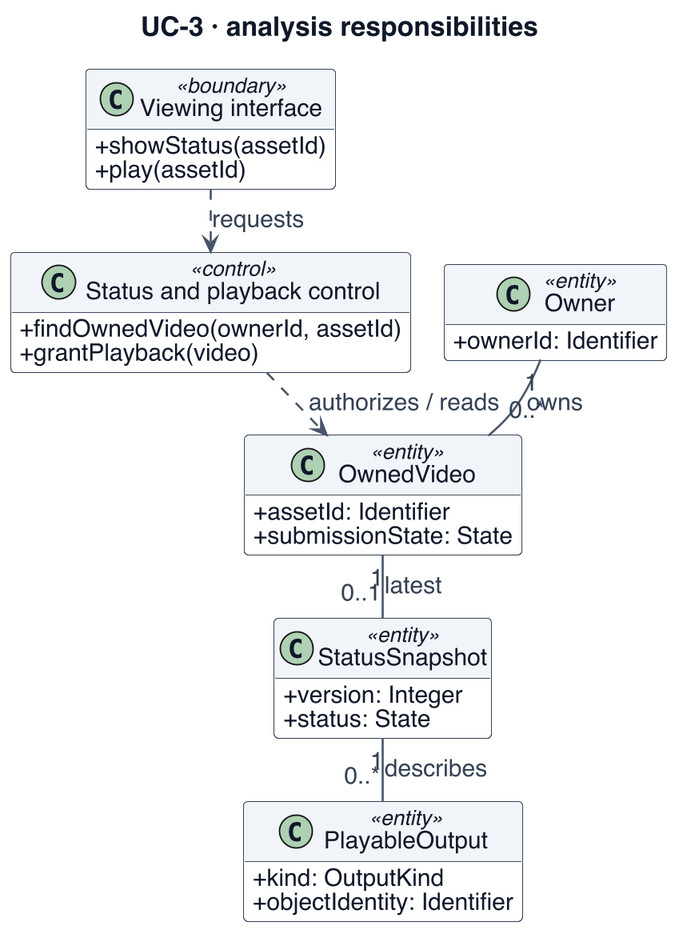
This is project-documentation/final-report/figures/uc3-analysis-class.png from Collaboration95/dc2, a PlantUML export, as it was before one commit. The source it was exported from:
```plantuml
@startuml
!include _style.iuml
skinparam dpi 180
skinparam BackgroundColor white
skinparam defaultFontSize 17
skinparam ArrowFontSize 16
skinparam ClassAttributeFontSize 16
skinparam ClassStereotypeFontSize 14
skinparam NoteFontSize 15
skinparam classAttributeIconSize 0
skinparam nodesep 22
skinparam ranksep 24
title UC-3 · analysis responsibilities
class "Viewing interface" as UI <<boundary>> {
 + showStatus(assetId)
 + play(assetId)
}
class "Status and playback control" as C <<control>> {
 + findOwnedVideo(ownerId, assetId)
 + grantPlayback(video)
}
class Owner <<entity>> {
 + ownerId: Identifier
}
class OwnedVideo <<entity>> {
 + assetId: Identifier
 + submissionState: State
}
class StatusSnapshot <<entity>> {
 + version: Integer
 + status: State
}
class PlayableOutput <<entity>> {
 + kind: OutputKind
 + objectIdentity: Identifier
}
UI ..> C : requests
C ..> OwnedVideo : authorizes / reads
Owner "1" -- "0..*" OwnedVideo : owns
OwnedVideo "1" -- "0..1" StatusSnapshot : latest
StatusSnapshot "1" -- "0..*" PlayableOutput : describes
@enduml
```
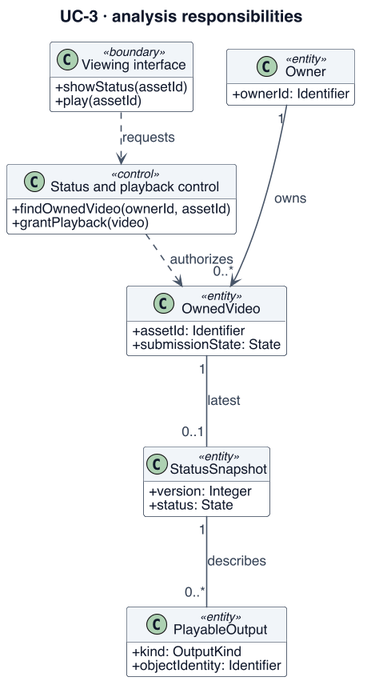
The same diagram one commit later.

The edit, as a diff of the source:
```diff
@@ -1,15 +1,14 @@
 @startuml
 !include _style.iuml
-skinparam dpi 180
 skinparam BackgroundColor white
-skinparam defaultFontSize 17
-skinparam ArrowFontSize 16
-skinparam ClassAttributeFontSize 16
-skinparam ClassStereotypeFontSize 14
-skinparam NoteFontSize 15
+skinparam defaultFontSize 16
+skinparam ArrowFontSize 15
+skinparam ClassAttributeFontSize 15
+skinparam ClassStereotypeFontSize 13
+skinparam NoteFontSize 14
 skinparam classAttributeIconSize 0
-skinparam nodesep 22
-skinparam ranksep 24
+skinparam nodesep 30
+skinparam ranksep 40
 title UC-3 · analysis responsibilities
 class "Viewing interface" as UI <<boundary>> {
  + showStatus(assetId)
@@ -35,8 +34,8 @@
  + objectIdentity: Identifier
 }
 UI ..> C : requests
-C ..> OwnedVideo : authorizes / reads
-Owner "1" -- "0..*" OwnedVideo : owns
-OwnedVideo "1" -- "0..1" StatusSnapshot : latest
-StatusSnapshot "1" -- "0..*" PlayableOutput : describes
+C ..> OwnedVideo : authorizes
+Owner "1" ---> "0..*" OwnedVideo : owns
+OwnedVideo "1" --- "0..1" StatusSnapshot : latest
+StatusSnapshot "1" --- "0..*" PlayableOutput : describes
 @enduml
```
